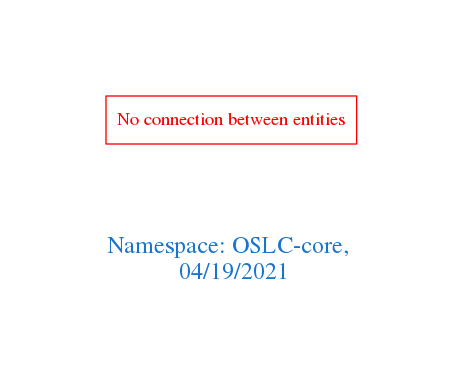
Earlier version of the Graphviz export downloads/OSLC-core.png (arago/OGIT). Its source is kept beside it as downloads/OSLC-core.dot. Its diagram source:
```dot
digraph OGIT_ontology {
 graph [ rankdir= LR,pad=1
fontsize = 18,
fontcolor= dodgerblue3,label = "\n\n\nNamespace: OSLC-core, \n 04/19/2021"];
node[shape=polygon];
edge [  color="gray81"];

"No connection between entities" [fontcolor = "red",color="red", shape="polygon"]
}
```
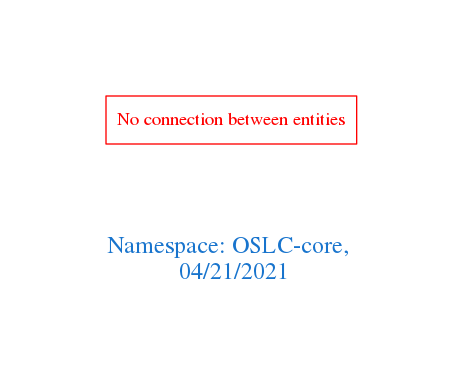
Above is the later version.

What changed in the source:
```diff
@@ -1,7 +1,7 @@
 digraph OGIT_ontology {
  graph [ rankdir= LR,pad=1
 fontsize = 18,
-fontcolor= dodgerblue3,label = "\n\n\nNamespace: OSLC-core, \n 04/19/2021"];
+fontcolor= dodgerblue3,label = "\n\n\nNamespace: OSLC-core, \n 04/21/2021"];
 node[shape=polygon];
 edge [  color="gray81"];
 
```
